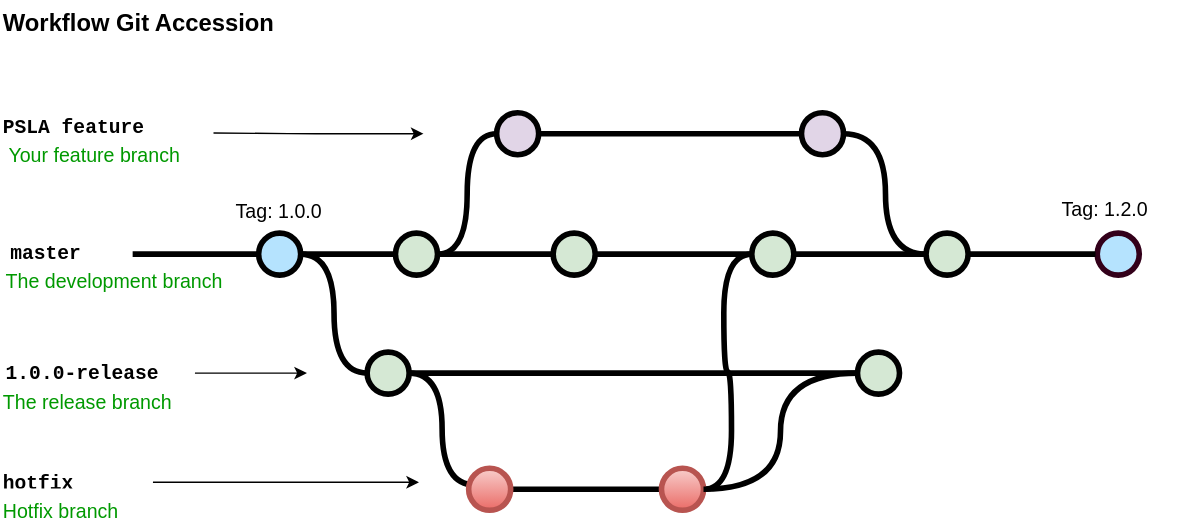
salviadev/phoenixdoc keeps this draw.io diagram as images/git/Workflow Accession.svg. Above is the earlier version. Source tidied: cells renumbered, new cells last; positions are measured from the earlier drawing's top-left corner, leaving out a move shared by most shapes.
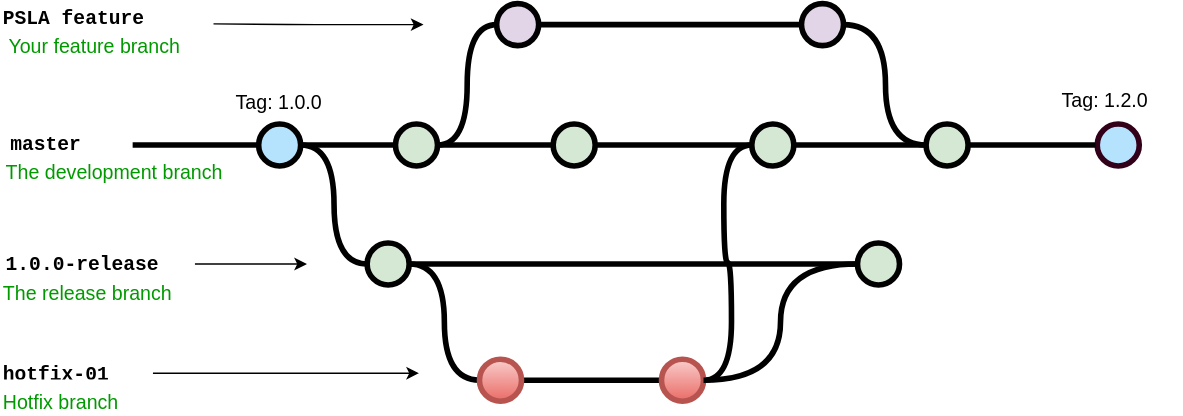
The same diagram one commit later.

The edit, as a diff of the source:
```diff
@@ -34,10 +34,8 @@
     <mxCell id="11" style="edgeStyle=orthogonalEdgeStyle;rounded=0;jettySize=auto;html=1;endArrow=none;endFill=0;strokeWidth=4;exitX=1;exitY=0.5;exitDx=0;exitDy=0;exitPerimeter=0;entryX=0;entryY=0.5;entryDx=0;entryDy=0;entryPerimeter=0;" parent="1" edge="1" source="31" target="32">
       <mxGeometry relative="1" as="geometry" />
     </mxCell>
-    <mxCell id="12" style="edgeStyle=orthogonalEdgeStyle;rounded=0;jettySize=auto;html=1;entryX=1;entryY=0.5;entryDx=0;entryDy=0;entryPerimeter=0;endArrow=none;endFill=0;strokeWidth=4;curved=1;" parent="1" edge="1" target="8">
-      <mxGeometry relative="1" as="geometry">
-        <mxPoint x="338.8" y="346" as="sourcePoint" />
-      </mxGeometry>
+    <mxCell id="12" style="edgeStyle=orthogonalEdgeStyle;rounded=0;jettySize=auto;html=1;entryX=1;entryY=0.5;entryDx=0;entryDy=0;entryPerimeter=0;endArrow=none;endFill=0;strokeWidth=4;curved=1;exitX=0;exitY=0.5;exitDx=0;exitDy=0;exitPerimeter=0;" parent="1" edge="1" source="31" target="8">
+      <mxGeometry relative="1" as="geometry" />
     </mxCell>
     <mxCell id="13" style="edgeStyle=orthogonalEdgeStyle;curved=1;rounded=0;jettySize=auto;html=1;exitX=1;exitY=0.5;exitDx=0;exitDy=0;exitPerimeter=0;entryX=0;entryY=0.5;entryDx=0;entryDy=0;entryPerimeter=0;endArrow=none;endFill=0;strokeWidth=4;fontFamily=Courier New;fontColor=#009900;" parent="1" edge="1" source="27" target="37">
       <mxGeometry relative="1" as="geometry" />
@@ -45,7 +43,7 @@
     <mxCell id="14" style="edgeStyle=orthogonalEdgeStyle;curved=1;rounded=0;jettySize=auto;html=1;endArrow=none;endFill=0;strokeWidth=4;entryX=1;entryY=0.5;entryDx=0;entryDy=0;entryPerimeter=0;exitX=1;exitY=0.5;exitDx=0;exitDy=0;exitPerimeter=0;" parent="1" edge="1" source="32" target="29">
       <mxGeometry relative="1" as="geometry" />
     </mxCell>
-    <mxCell id="15" value="hotfix" style="text;html=1;strokeColor=none;fillColor=none;align=left;verticalAlign=middle;whiteSpace=wrap;overflow=hidden;fontSize=14;fontStyle=1;fontFamily=Courier New;" parent="1" vertex="1">
+    <mxCell id="15" value="hotfix-01" style="text;html=1;strokeColor=none;fillColor=none;align=left;verticalAlign=middle;whiteSpace=wrap;overflow=hidden;fontSize=14;fontStyle=1;fontFamily=Courier New;" parent="1" vertex="1">
       <mxGeometry x="0.4" y="334" width="91" height="16" as="geometry" />
     </mxCell>
     <mxCell id="16" style="edgeStyle=orthogonalEdgeStyle;curved=1;rounded=0;jettySize=auto;html=1;exitX=1;exitY=0.5;exitDx=0;exitDy=0;exitPerimeter=0;endArrow=none;endFill=0;strokeWidth=4;fontFamily=Courier New;fontColor=#009900;entryX=1;entryY=0.5;entryDx=0;entryDy=0;entryPerimeter=0;" parent="1" edge="1" source="38" target="34">
@@ -111,7 +109,7 @@
       <mxGeometry relative="1" as="geometry" />
     </mxCell>
     <mxCell id="31" style="verticalLabelPosition=bottom;verticalAlign=top;html=1;strokeWidth=4;shape=mxgraph.flowchart.on-page_reference;plain-blue;gradientColor=#EA6B66;strokeColor=#B85450;fillColor=#F8CECC;" parent="1" vertex="1">
-      <mxGeometry x="334.2" y="334" width="30" height="30" as="geometry" />
+      <mxGeometry x="342" y="334" width="30" height="30" as="geometry" />
     </mxCell>
     <mxCell id="32" style="verticalLabelPosition=bottom;verticalAlign=top;html=1;strokeWidth=4;shape=mxgraph.flowchart.on-page_reference;plain-blue;gradientColor=#EA6B66;strokeColor=#B85450;fillColor=#F8CECC;" parent="1" vertex="1">
       <mxGeometry x="472" y="334" width="30" height="30" as="geometry" />
@@ -145,8 +143,5 @@
         <mxPoint x="782" y="181" as="targetPoint" />
       </mxGeometry>
     </mxCell>
-    <mxCell id="42" value="Workflow Git Accession" style="text;whiteSpace=wrap;html=1;fontStyle=1;fontSize=17;" parent="1" vertex="1">
-      <mxGeometry x="0.4" width="542.2" height="30" as="geometry" />
-    </mxCell>
   </root>
 </mxGraphModel>
```
